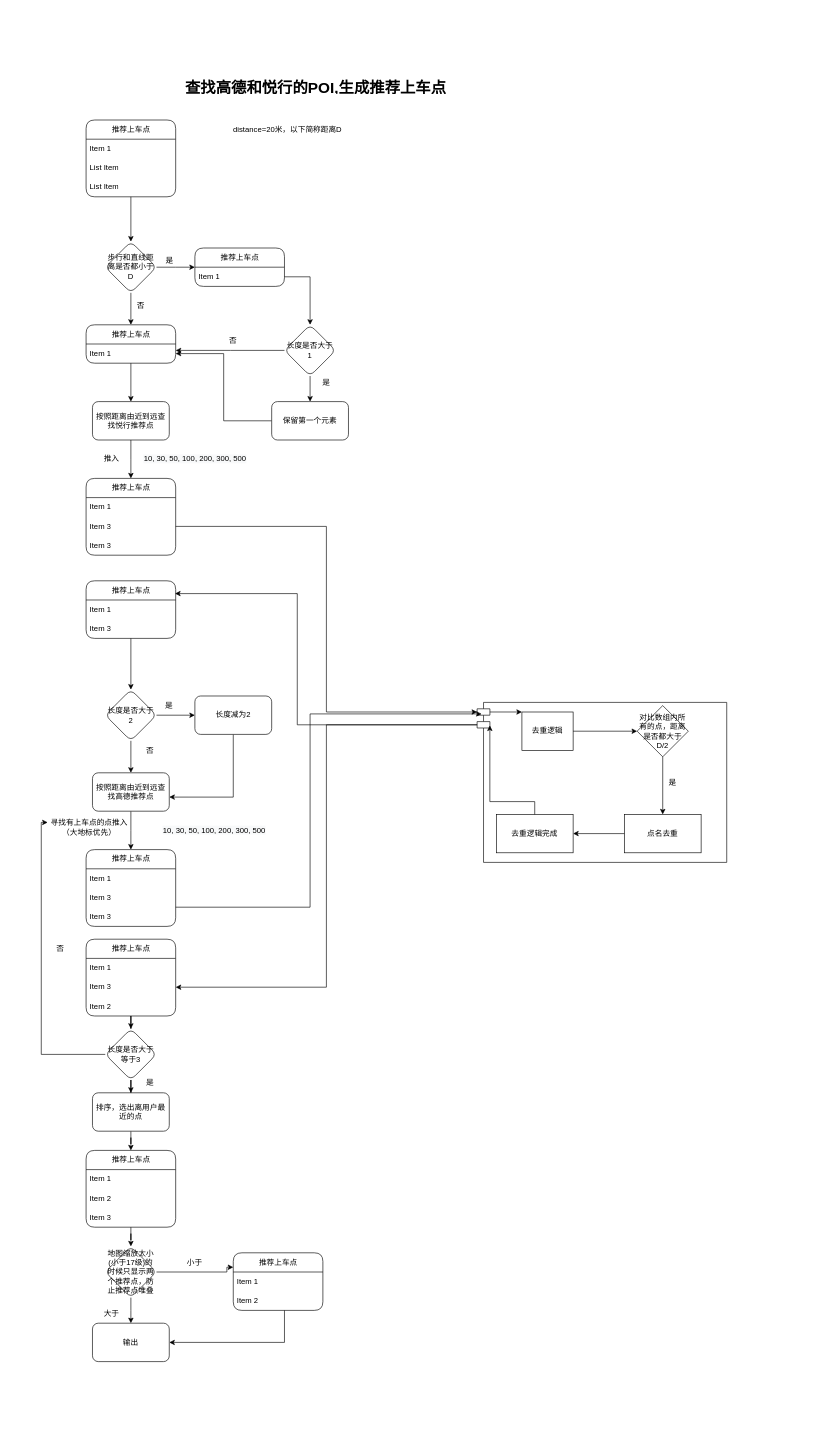
Above: 推荐点生成逻辑.drawio in Alan1034/heycars_h5 (draw.io), before the change. Source tidied: cells renumbered, new cells numbered last; positions are measured from the earlier drawing's top-left corner, leaving out a move shared by most shapes. Both pictures are drawn from the tidied source at 64%, with x=0, y=0 at pixel (41, 75).
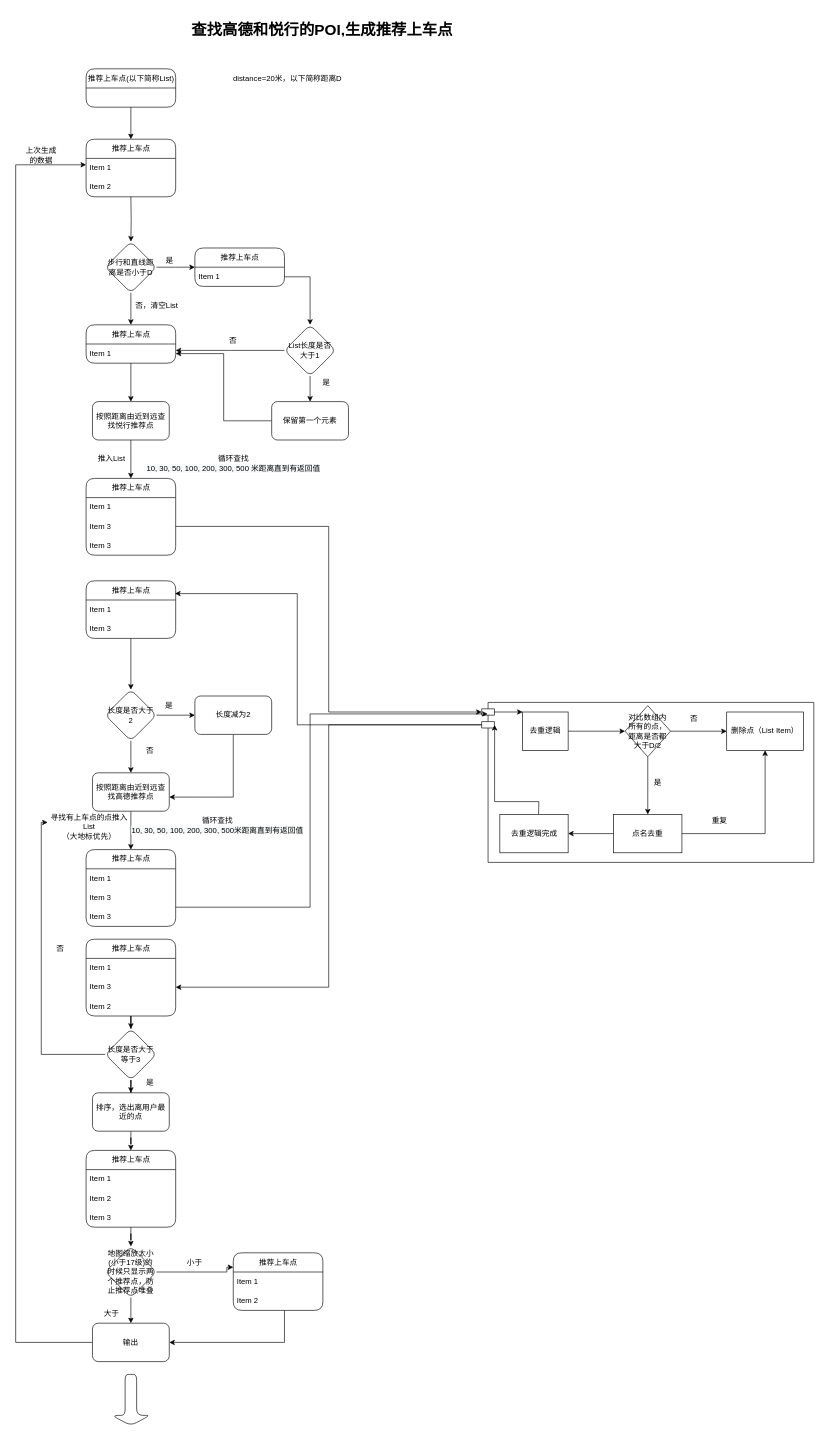
Above is the later version.

Commit message:
Update 推荐点生成逻辑.drawio

Unchanged cells that the change refers to:
```xml
<mxCell id="68" value="输出" style="whiteSpace=wrap;html=1;fontStyle=0;startSize=30;rounded=1;" parent="1" vertex="1">
  <mxGeometry x="80" y="1950" width="120" height="60" as="geometry" />
</mxCell>
```

What changed in the source:
```diff
@@
-    <mxCell id="2" style="edgeStyle=orthogonalEdgeStyle;rounded=0;orthogonalLoop=1;jettySize=auto;html=1;fontFamily=Helvetica;fontSize=12;fontColor=default;" parent="1" edge="1">
+    <mxCell id="2" style="edgeStyle=orthogonalEdgeStyle;rounded=0;jettySize=auto;html=1;fontFamily=Helvetica;fontSize=12;fontColor=default;entryX=0.5;entryY=0;entryDx=0;entryDy=0;" parent="1" edge="1" target="5">
       <mxGeometry relative="1" as="geometry">
         <mxPoint x="140" y="190" as="sourcePoint" />
-        <mxPoint x="140" y="260" as="targetPoint" />
       </mxGeometry>
     </mxCell>
@@
-    <mxCell id="5" value="步行和直线距离是否都小于D" style="rhombus;whiteSpace=wrap;html=1;rounded=1;" parent="1" vertex="1">
+    <mxCell id="5" value="步行和直线距离是否小于D" style="rhombus;whiteSpace=wrap;html=1;rounded=1;" parent="1" vertex="1">
       <mxGeometry x="100" y="260" width="80" height="80" as="geometry" />
     </mxCell>
     <mxCell id="6" value="&lt;h1&gt;查找高德和悦行的POI,生成推荐上车点&lt;/h1&gt;&lt;p&gt;&lt;br&gt;&lt;/p&gt;" style="text;html=1;strokeColor=none;fillColor=none;spacing=5;spacingTop=-20;whiteSpace=wrap;overflow=hidden;rounded=0;fontFamily=Helvetica;fontSize=12;fontColor=default;" parent="1" vertex="1">
-      <mxGeometry x="220" width="461" height="30" as="geometry" />
+      <mxGeometry x="230" y="-90" width="461" height="30" as="geometry" />
     </mxCell>
     <mxCell id="7" value="distance=20米，以下简称距离D" style="text;html=1;strokeColor=none;fillColor=none;align=center;verticalAlign=middle;whiteSpace=wrap;rounded=0;fontFamily=Helvetica;fontSize=12;fontColor=default;" parent="1" vertex="1">
-      <mxGeometry x="280" y="70" width="210" height="30" as="geometry" />
+      <mxGeometry x="280" y="-10" width="210" height="30" as="geometry" />
     </mxCell>
@@
-    <mxCell id="9" value="&lt;span&gt;推荐上车点&lt;/span&gt;" style="swimlane;fontStyle=0;horizontal=1;startSize=30;rounded=1;fontFamily=Helvetica;fontSize=12;fontColor=default;strokeColor=default;fillColor=default;html=1;" parent="1" vertex="1">
-      <mxGeometry x="70" y="70" width="140" height="120" as="geometry" />
+    <mxCell id="9" value="推荐上车点" style="swimlane;fontStyle=0;horizontal=1;startSize=30;rounded=1;fontFamily=Helvetica;fontSize=12;fontColor=default;strokeColor=default;fillColor=default;html=1;" parent="1" vertex="1">
+      <mxGeometry x="70" y="100" width="140" height="90" as="geometry" />
     </mxCell>
@@
-    <mxCell id="11" value="List Item" style="text;strokeColor=none;fillColor=none;align=left;verticalAlign=middle;spacingLeft=4;spacingRight=4;overflow=hidden;rounded=1;fontFamily=Helvetica;fontSize=12;fontColor=default;startSize=30;html=1;" parent="9" vertex="1">
+    <mxCell id="11" value="Item 2&lt;span&gt; &lt;/span&gt;" style="text;strokeColor=none;fillColor=none;align=left;verticalAlign=middle;spacingLeft=4;spacingRight=4;overflow=hidden;rounded=1;fontFamily=Helvetica;fontSize=12;fontColor=default;startSize=30;html=1;" parent="9" vertex="1">
       <mxGeometry y="60" width="140" height="30" as="geometry" />
     </mxCell>
-    <mxCell id="12" value="List Item" style="text;strokeColor=none;fillColor=none;align=left;verticalAlign=middle;spacingLeft=4;spacingRight=4;overflow=hidden;rounded=1;fontFamily=Helvetica;fontSize=12;fontColor=default;startSize=30;html=1;" parent="9" vertex="1">
-      <mxGeometry y="90" width="140" height="30" as="geometry" />
-    </mxCell>
@@
-    <mxCell id="18" value="否" style="text;html=1;align=center;verticalAlign=middle;strokeColor=none;fillColor=none;fontSize=12;fontFamily=Helvetica;fontColor=default;" parent="1" vertex="1">
-      <mxGeometry x="140" y="350" width="30" height="20" as="geometry" />
+    <mxCell id="18" value="否，清空List" style="text;html=1;align=center;verticalAlign=middle;strokeColor=none;fillColor=none;fontSize=12;fontFamily=Helvetica;fontColor=default;" parent="1" vertex="1">
+      <mxGeometry x="140" y="350" width="80" height="20" as="geometry" />
     </mxCell>
@@
-    <mxCell id="21" value="&#10;&#10;&lt;span style=&quot;color: rgb(0, 0, 0); font-family: helvetica; font-size: 12px; font-style: normal; font-weight: 400; letter-spacing: normal; text-align: center; text-indent: 0px; text-transform: none; word-spacing: 0px; background-color: rgb(248, 249, 250); display: inline; float: none;&quot;&gt;10, 30, 50, 100, 200, 300, 500&lt;/span&gt;&#10;&#10;" style="text;html=1;align=center;verticalAlign=middle;strokeColor=none;fillColor=none;fontSize=12;fontFamily=Helvetica;fontColor=default;" parent="1" vertex="1">
-      <mxGeometry x="150" y="570" width="180" height="60" as="geometry" />
+    <mxCell id="21" value="&lt;br&gt;循环查找&lt;br&gt;&lt;span style=&quot;color: rgb(0 , 0 , 0) ; font-family: &amp;#34;helvetica&amp;#34; ; font-size: 12px ; font-style: normal ; font-weight: 400 ; letter-spacing: normal ; text-align: center ; text-indent: 0px ; text-transform: none ; word-spacing: 0px ; background-color: rgb(248 , 249 , 250) ; display: inline ; float: none&quot;&gt;10, 30, 50, 100, 200, 300, 500 米距离直到有返回值&lt;/span&gt;&lt;br&gt;" style="text;html=1;align=center;verticalAlign=middle;strokeColor=none;fillColor=none;fontSize=12;fontFamily=Helvetica;fontColor=default;" parent="1" vertex="1">
+      <mxGeometry x="155" y="575" width="290" height="50" as="geometry" />
     </mxCell>
@@
     <mxCell id="27" style="group;" parent="1" vertex="1">
-      <mxGeometry x="681" y="980" width="390" height="250" as="geometry" />
+      <mxGeometry x="681" y="980" width="526.2" height="250" as="geometry" />
     </mxCell>
+    <mxCell id="29" style="group;" parent="27" vertex="1">
+      <mxGeometry x="26.6" y="5" width="499.5" height="245" as="geometry" />
+    </mxCell>
-    <mxCell id="28" style="shape=module;align=left;spacingLeft=20;align=center;verticalAlign=top;rounded=1;fontFamily=Helvetica;fontSize=12;fontColor=default;startSize=30;strokeColor=default;fillColor=default;html=1;" parent="27" vertex="1">
-      <mxGeometry width="390" height="250" as="geometry" />
+    <mxCell id="28" style="shape=module;align=left;spacingLeft=20;align=center;verticalAlign=top;rounded=1;fontFamily=Helvetica;fontSize=12;fontColor=default;startSize=30;strokeColor=default;fillColor=default;html=1;" parent="29" vertex="1">
+      <mxGeometry x="-19.5" y="-5" width="519" height="250" as="geometry" />
     </mxCell>
-    <mxCell id="29" style="group;" parent="27" vertex="1">
-      <mxGeometry x="20" y="5" width="330" height="230" as="geometry" />
-    </mxCell>
+    <mxCell id="39" style="edgeStyle=orthogonalEdgeStyle;rounded=0;jettySize=auto;html=1;fontFamily=Helvetica;fontSize=12;fontColor=default;startSize=30;entryX=0.039;entryY=0.141;entryDx=0;entryDy=0;entryPerimeter=0;" parent="29" edge="1" target="28">
+      <mxGeometry relative="1" as="geometry">
+        <mxPoint x="69.4" y="170" as="sourcePoint" />
+      </mxGeometry>
+    </mxCell>
     <mxCell id="30" value="去重逻辑" style="rounded=0;whiteSpace=wrap;html=1;fontFamily=Helvetica;fontSize=12;fontColor=default;startSize=30;strokeColor=default;fillColor=default;" parent="29" vertex="1">
-      <mxGeometry x="50" y="10" width="80" height="60" as="geometry" />
+      <mxGeometry x="44.5" y="10" width="71.1" height="60" as="geometry" />
     </mxCell>
     <mxCell id="31" value="对比数组内所有的点，距离是否都大于D/2" style="rhombus;whiteSpace=wrap;html=1;rounded=0;startSize=30;" parent="29" vertex="1">
-      <mxGeometry x="230" width="80" height="80" as="geometry" />
+      <mxGeometry x="204.5" width="71.1" height="80" as="geometry" />
     </mxCell>
@@
     <mxCell id="33" value="点名去重" style="whiteSpace=wrap;html=1;rounded=0;startSize=30;" parent="29" vertex="1">
-      <mxGeometry x="210" y="170" width="120" height="60" as="geometry" />
+      <mxGeometry x="186.7" y="170" width="106.7" height="60" as="geometry" />
     </mxCell>
@@
     <mxCell id="35" value="是" style="text;html=1;align=center;verticalAlign=middle;strokeColor=none;fillColor=none;fontSize=12;fontFamily=Helvetica;fontColor=default;" parent="29" vertex="1">
-      <mxGeometry x="270" y="110" width="30" height="20" as="geometry" />
+      <mxGeometry x="240" y="110" width="30" height="20" as="geometry" />
     </mxCell>
     <mxCell id="36" value="去重逻辑完成" style="whiteSpace=wrap;html=1;rounded=0;startSize=30;" parent="29" vertex="1">
-      <mxGeometry x="10" y="170" width="120" height="60" as="geometry" />
+      <mxGeometry x="8.9" y="170" width="106.7" height="60" as="geometry" />
     </mxCell>
@@
-    <mxCell id="39" style="edgeStyle=orthogonalEdgeStyle;rounded=0;jettySize=auto;html=1;fontFamily=Helvetica;fontSize=12;fontColor=default;startSize=30;entryX=0.051;entryY=0.144;entryDx=0;entryDy=0;entryPerimeter=0;" parent="27" edge="1" source="36" target="28">
-      <mxGeometry relative="1" as="geometry" />
-    </mxCell>
+    <mxCell id="98" value="否" style="text;html=1;strokeColor=none;fillColor=none;align=center;verticalAlign=middle;whiteSpace=wrap;rounded=0;fontFamily=Helvetica;fontSize=12;fontColor=default;startSize=30;" parent="27" vertex="1">
+      <mxGeometry x="309" y="10" width="60" height="30" as="geometry" />
+    </mxCell>
+    <mxCell id="99" value="重复" style="text;html=1;strokeColor=none;fillColor=none;align=center;verticalAlign=middle;whiteSpace=wrap;rounded=0;fontFamily=Helvetica;fontSize=12;fontColor=default;startSize=30;" parent="27" vertex="1">
+      <mxGeometry x="349" y="170" width="60" height="30" as="geometry" />
+    </mxCell>
@@
+    <mxCell id="100" style="edgeStyle=orthogonalEdgeStyle;rounded=0;jettySize=auto;html=1;fontFamily=Helvetica;fontSize=12;fontColor=default;startSize=30;" parent="1" edge="1" source="68">
+      <mxGeometry relative="1" as="geometry">
+        <mxPoint x="70" y="140" as="targetPoint" />
+        <Array as="points">
+          <mxPoint x="-40" y="1980" />
+          <mxPoint x="-40" y="140" />
+          <mxPoint x="70" y="140" />
+        </Array>
+      </mxGeometry>
+    </mxCell>
@@
-    <mxCell id="71" value="长度是否大于1" style="rhombus;whiteSpace=wrap;html=1;rounded=1;fontFamily=Helvetica;fontSize=12;fontColor=default;startSize=30;strokeColor=default;fillColor=default;gradientColor=none;" parent="1" vertex="1">
+    <mxCell id="71" value="List长度是否大于1" style="rhombus;whiteSpace=wrap;html=1;rounded=1;fontFamily=Helvetica;fontSize=12;fontColor=default;startSize=30;strokeColor=default;fillColor=default;gradientColor=none;" parent="1" vertex="1">
       <mxGeometry x="380" y="390" width="80" height="80" as="geometry" />
     </mxCell>
@@
-    <mxCell id="76" value="推入" style="text;html=1;strokeColor=none;fillColor=none;align=center;verticalAlign=middle;whiteSpace=wrap;rounded=0;fontFamily=Helvetica;fontSize=12;fontColor=default;startSize=30;" parent="1" vertex="1">
+    <mxCell id="76" value="推入&lt;span&gt;List&lt;/span&gt;" style="text;html=1;strokeColor=none;fillColor=none;align=center;verticalAlign=middle;whiteSpace=wrap;rounded=0;fontFamily=Helvetica;fontSize=12;fontColor=default;startSize=30;" parent="1" vertex="1">
       <mxGeometry x="80" y="585" width="60" height="30" as="geometry" />
     </mxCell>
-    <mxCell id="77" value="寻找有上车点的点推入（大地标优先）" style="text;html=1;strokeColor=none;fillColor=none;align=center;verticalAlign=middle;whiteSpace=wrap;rounded=0;fontFamily=Helvetica;fontSize=12;fontColor=default;startSize=30;" parent="1" vertex="1">
+    <mxCell id="77" value="寻找有上车点的点推入&lt;span&gt;List&lt;/span&gt;&lt;br&gt;（大地标优先）" style="text;html=1;strokeColor=none;fillColor=none;align=center;verticalAlign=middle;whiteSpace=wrap;rounded=0;fontFamily=Helvetica;fontSize=12;fontColor=default;startSize=30;" parent="1" vertex="1">
       <mxGeometry x="10" y="1160" width="130" height="30" as="geometry" />
     </mxCell>
@@
-    <mxCell id="83" value="&#10;&#10;&lt;span style=&quot;color: rgb(0, 0, 0); font-family: helvetica; font-size: 12px; font-style: normal; font-weight: 400; letter-spacing: normal; text-align: center; text-indent: 0px; text-transform: none; word-spacing: 0px; background-color: rgb(248, 249, 250); display: inline; float: none;&quot;&gt;10, 30, 50, 100, 200, 300, 500&lt;/span&gt;&#10;&#10;" style="text;html=1;align=center;verticalAlign=middle;strokeColor=none;fillColor=none;fontSize=12;fontFamily=Helvetica;fontColor=default;" parent="1" vertex="1">
-      <mxGeometry x="180" y="1150" width="180" height="60" as="geometry" />
-    </mxCell>
@@
+    <mxCell id="101" value="删除点（List Item）" style="whiteSpace=wrap;html=1;rounded=0;startSize=30;" parent="1" vertex="1">
+      <mxGeometry x="1071" y="995" width="120" height="60" as="geometry" />
+    </mxCell>
+    <mxCell id="102" style="edgeStyle=orthogonalEdgeStyle;rounded=0;jettySize=auto;html=1;fontFamily=Helvetica;fontSize=12;fontColor=default;startSize=30;" parent="1" edge="1" source="31" target="101">
+      <mxGeometry relative="1" as="geometry" />
+    </mxCell>
+    <mxCell id="103" style="edgeStyle=orthogonalEdgeStyle;rounded=0;jettySize=auto;html=1;fontFamily=Helvetica;fontSize=12;fontColor=default;startSize=30;" parent="1" edge="1" source="33" target="101">
+      <mxGeometry relative="1" as="geometry" />
+    </mxCell>
+    <mxCell id="104" value="&lt;br&gt;循环查找&lt;br&gt;&lt;span style=&quot;color: rgb(0 , 0 , 0) ; font-family: &amp;#34;helvetica&amp;#34; ; font-size: 12px ; font-style: normal ; font-weight: 400 ; letter-spacing: normal ; text-align: center ; text-indent: 0px ; text-transform: none ; word-spacing: 0px ; background-color: rgb(248 , 249 , 250) ; display: inline ; float: none&quot;&gt;10, 30, 50, 100, 200, 300, 500米距离直到有返回值&lt;/span&gt;" style="text;html=1;align=center;verticalAlign=middle;strokeColor=none;fillColor=none;fontSize=12;fontFamily=Helvetica;fontColor=default;" parent="1" vertex="1">
+      <mxGeometry x="135" y="1140" width="280" height="50" as="geometry" />
+    </mxCell>
+    <mxCell id="105" style="shape=singleArrow;direction=south;whiteSpace=wrap;html=1;rounded=1;fontFamily=Helvetica;fontSize=12;fontColor=default;startSize=30;strokeColor=default;fillColor=default;gradientColor=none;" parent="1" vertex="1">
+      <mxGeometry x="110" y="2030" width="60" height="80" as="geometry" />
+    </mxCell>
+    <mxCell id="106" style="edgeStyle=orthogonalEdgeStyle;rounded=0;jettySize=auto;html=1;fontFamily=Helvetica;fontSize=12;fontColor=default;startSize=30;" parent="1" edge="1" source="107" target="9">
+      <mxGeometry relative="1" as="geometry" />
+    </mxCell>
+    <mxCell id="107" value="推荐上车点(以下简称List)" style="swimlane;fontStyle=0;horizontal=1;startSize=30;rounded=1;fontFamily=Helvetica;fontSize=12;fontColor=default;strokeColor=default;fillColor=default;html=1;" parent="1" vertex="1">
+      <mxGeometry x="70" y="-10" width="140" height="60" as="geometry" />
+    </mxCell>
+    <mxCell id="108" value="上次生成的数据" style="text;html=1;strokeColor=none;fillColor=none;align=center;verticalAlign=middle;whiteSpace=wrap;rounded=0;fontFamily=Helvetica;fontSize=12;fontColor=default;startSize=30;" parent="1" vertex="1">
+      <mxGeometry x="-30" y="110" width="60" height="30" as="geometry" />
+    </mxCell>
```
